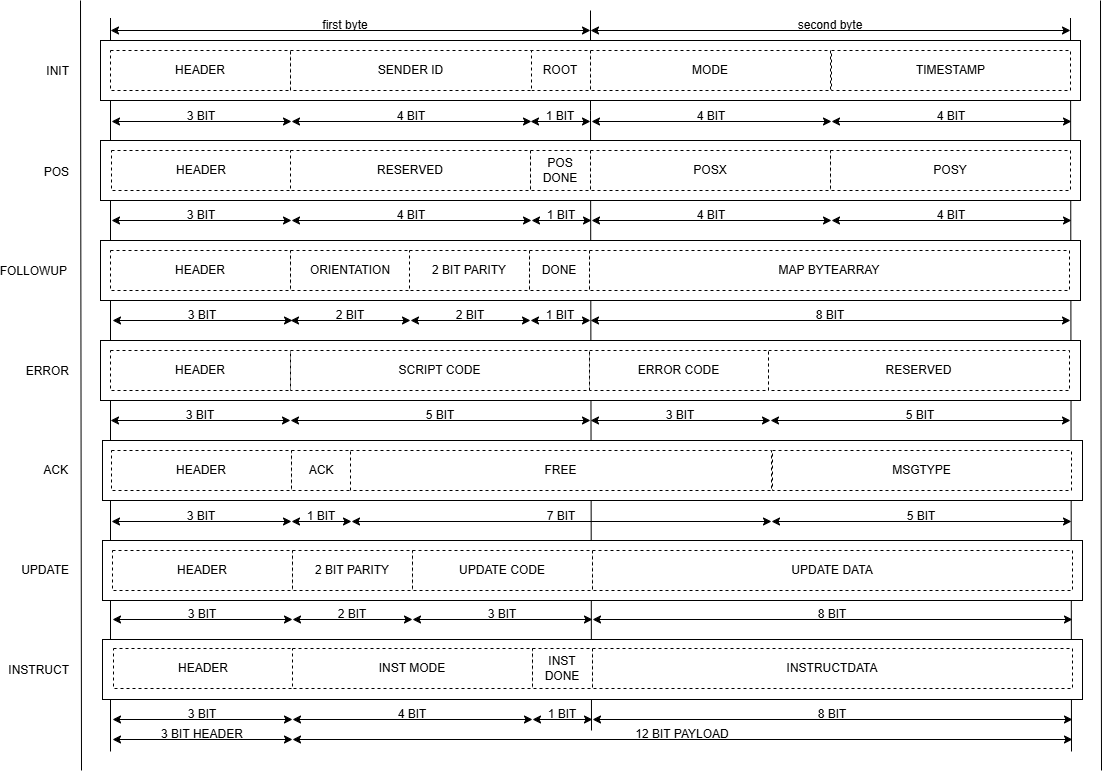
This is figures/msgArchitectureV8.png from SophiagDotart/puzzlingRobots, a draw.io export, as it was before one commit. Source tidied: cells renumbered, new cells last; positions are measured from the earlier drawing's top-left corner, leaving out a move shared by most shapes.
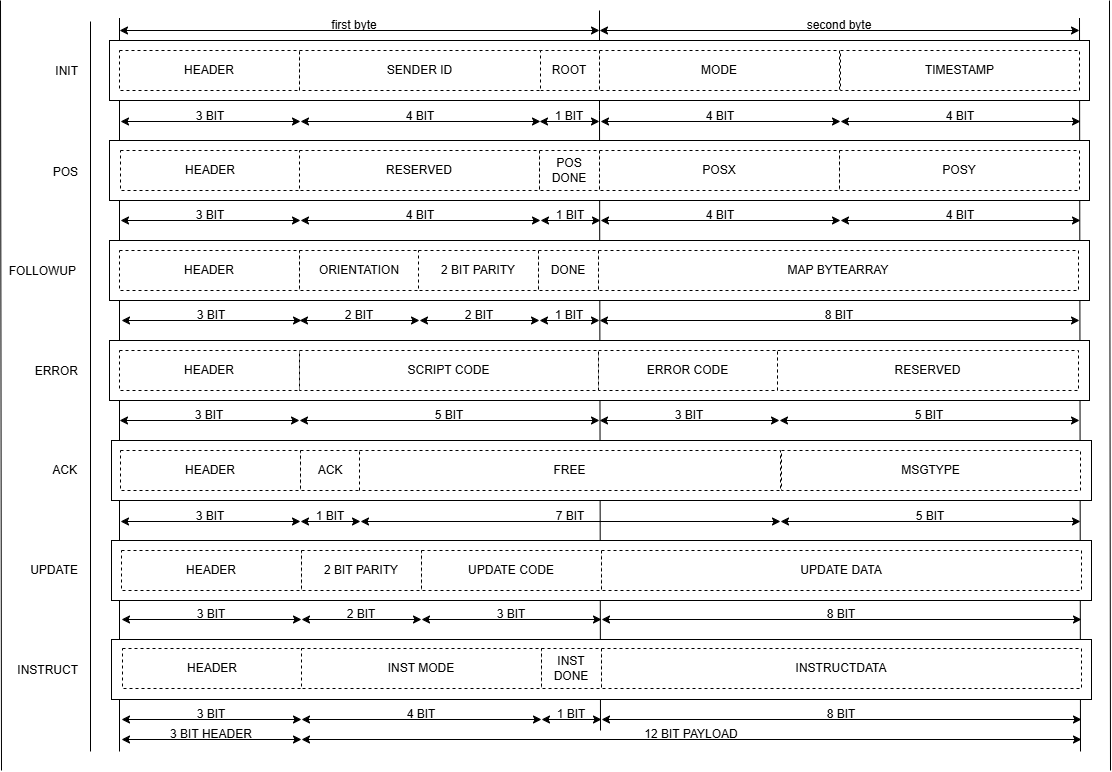
After the commit.

Commit message:
added stateDiagram and fixed typos in comments of err

Change to the diagram source:
```diff
@@ -23,8 +23,8 @@
     </mxCell>
     <mxCell id="5" style="endArrow=none;html=1;rounded=0;" parent="1" edge="1">
       <mxGeometry relative="1" as="geometry">
-        <mxPoint x="72" y="770" as="sourcePoint" />
-        <mxPoint x="71" as="targetPoint" />
+        <mxPoint x="72" y="751" as="sourcePoint" />
+        <mxPoint x="72" y="21" as="targetPoint" />
       </mxGeometry>
     </mxCell>
     <mxCell id="6" style="endArrow=none;html=1;rounded=0;" parent="1" edge="1">
@@ -597,5 +597,11 @@
     <mxCell id="159" value="3 BIT" style="text;html=1;whiteSpace=wrap;strokeColor=none;fillColor=none;align=center;verticalAlign=middle;rounded=0;" parent="157" vertex="1">
       <mxGeometry x="60" width="60" height="30" as="geometry" />
     </mxCell>
+    <mxCell id="160" style="endArrow=none;html=1;rounded=0;" parent="1" edge="1">
+      <mxGeometry relative="1" as="geometry">
+        <mxPoint x="-17" y="770" as="sourcePoint" />
+        <mxPoint x="-18" as="targetPoint" />
+      </mxGeometry>
+    </mxCell>
   </root>
 </mxGraphModel>
```
